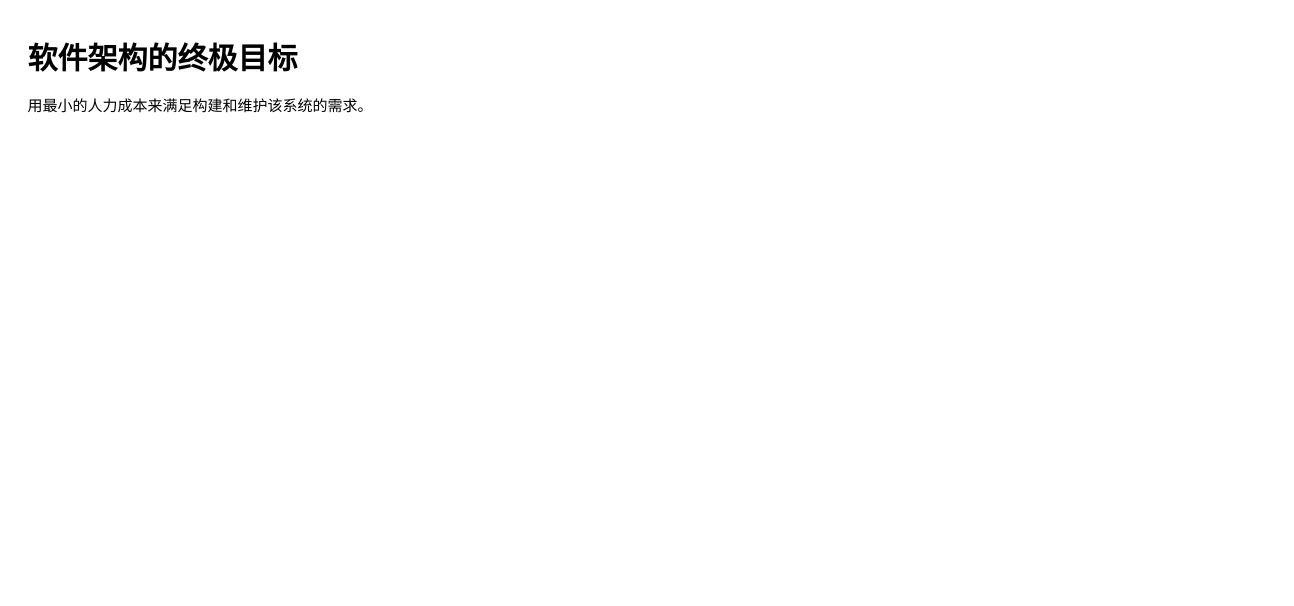
Above: page "架构整洁之道" (10 of 10) of StartFramework.drawio in sass00n1/StartFramework (draw.io), before the change. Source tidied: cells renumbered, new cells numbered last; positions are measured from the earlier drawing's top-left corner, leaving out a move shared by most shapes. Both pictures are drawn from the tidied source at 125%, with x=0, y=0 at pixel (21, 34).
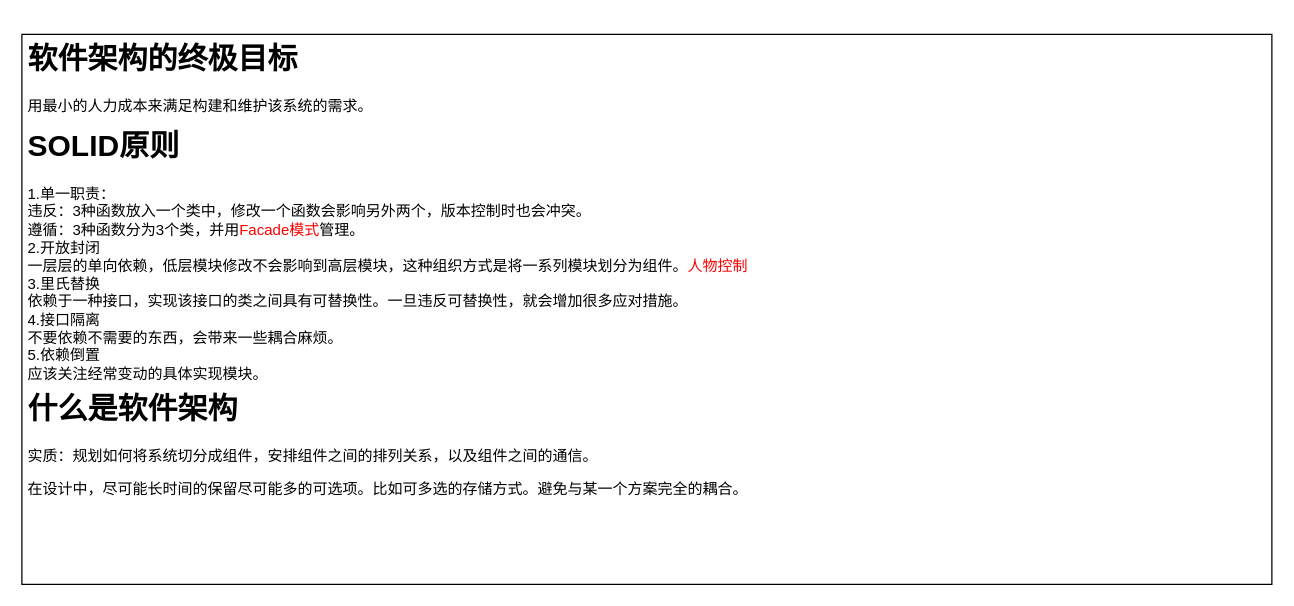
Above is the later version.

Change to the diagram source:
```diff
@@
 <mxGraphModel>
   <root>
     <mxCell id="0" />
     <mxCell id="1" parent="0" />
+    <mxCell id="3" style="rounded=0;whiteSpace=wrap;html=1;" parent="1" vertex="1">
+      <mxGeometry width="1000" height="440" as="geometry" />
+    </mxCell>
     <mxCell id="2" value="&lt;h1&gt;软件架构的终极目标&lt;br&gt;&lt;/h1&gt;&lt;p&gt;用最小的人力成本来满足构建和维护该系统的需求。&lt;/p&gt;" style="text;html=1;strokeColor=none;fillColor=none;spacing=5;spacingTop=-20;whiteSpace=wrap;overflow=hidden;rounded=0;" parent="1" vertex="1">
-      <mxGeometry width="480" height="120" as="geometry" />
+      <mxGeometry width="1000" height="70" as="geometry" />
     </mxCell>
+    <mxCell id="4" value="&lt;h1&gt;SOLID原则&lt;/h1&gt;&lt;div&gt;1.单一职责：&lt;/div&gt;&lt;div&gt;违反：3种函数放入一个类中，修改一个函数会影响另外两个，版本控制时也会冲突。&lt;/div&gt;&lt;div&gt;遵循：3种函数分为3个类，并用&lt;font color=&quot;#FF0000&quot;&gt;Facade模式&lt;/font&gt;管理。&lt;/div&gt;&lt;div&gt;2.开放封闭&lt;/div&gt;&lt;div&gt;一层层的单向依赖，低层模块修改不会影响到高层模块，这种组织方式是将一系列模块划分为组件。&lt;font color=&quot;#FF0000&quot;&gt;人物控制&lt;/font&gt;&lt;/div&gt;&lt;div&gt;3.里氏替换&lt;/div&gt;&lt;div&gt;依赖于一种接口，实现该接口的类之间具有可替换性。一旦违反可替换性，就会增加很多应对措施。&lt;/div&gt;&lt;div&gt;4.接口隔离&lt;/div&gt;&lt;div&gt;不要依赖不需要的东西，会带来一些耦合麻烦。&lt;/div&gt;&lt;div&gt;5.依赖倒置&lt;/div&gt;&lt;div&gt;应该关注经常变动的具体实现模块。&lt;br&gt;&lt;/div&gt;&lt;div&gt;&lt;br&gt;&lt;/div&gt;" style="text;html=1;strokeColor=none;fillColor=none;spacing=5;spacingTop=-20;whiteSpace=wrap;overflow=hidden;rounded=0;" parent="1" vertex="1">
+      <mxGeometry y="70" width="1000" height="210" as="geometry" />
+    </mxCell>
+    <mxCell id="5" value="&lt;h1&gt;什么是软件架构&lt;br&gt;&lt;/h1&gt;&lt;p&gt;实质：规划如何将系统切分成组件，安排组件之间的排列关系，以及组件之间的通信。&lt;/p&gt;&lt;p&gt;在设计中，尽可能长时间的保留尽可能多的可选项。比如可多选的存储方式。避免与某一个方案完全的耦合。&lt;br&gt;&lt;/p&gt;" style="text;html=1;strokeColor=none;fillColor=none;spacing=5;spacingTop=-20;whiteSpace=wrap;overflow=hidden;rounded=0;fontColor=#000000;" parent="1" vertex="1">
+      <mxGeometry y="280" width="1000" height="160" as="geometry" />
+    </mxCell>
   </root>
 </mxGraphModel>
```
